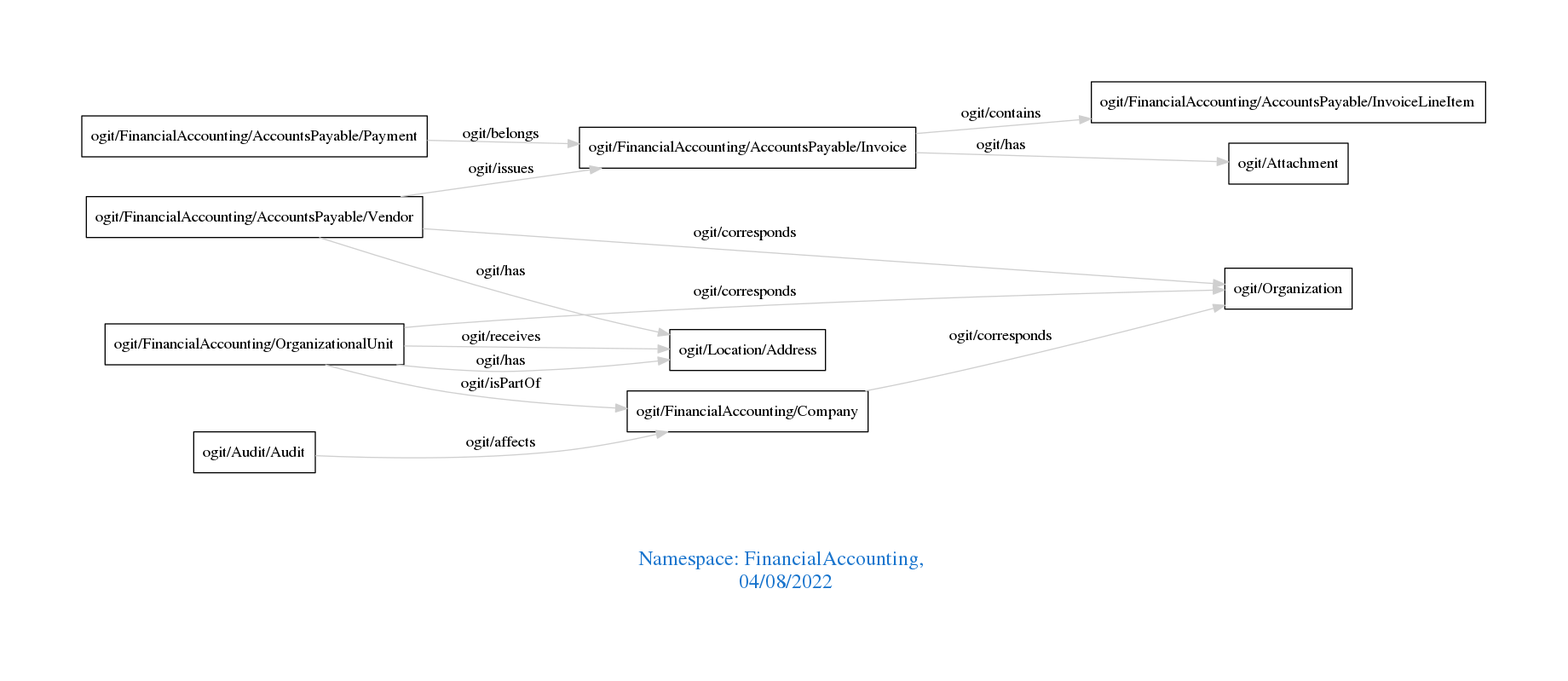
The Graphviz diagram downloads/FinancialAccounting.png in arago/OGIT, before a commit. Its source is kept beside it as downloads/FinancialAccounting.dot.
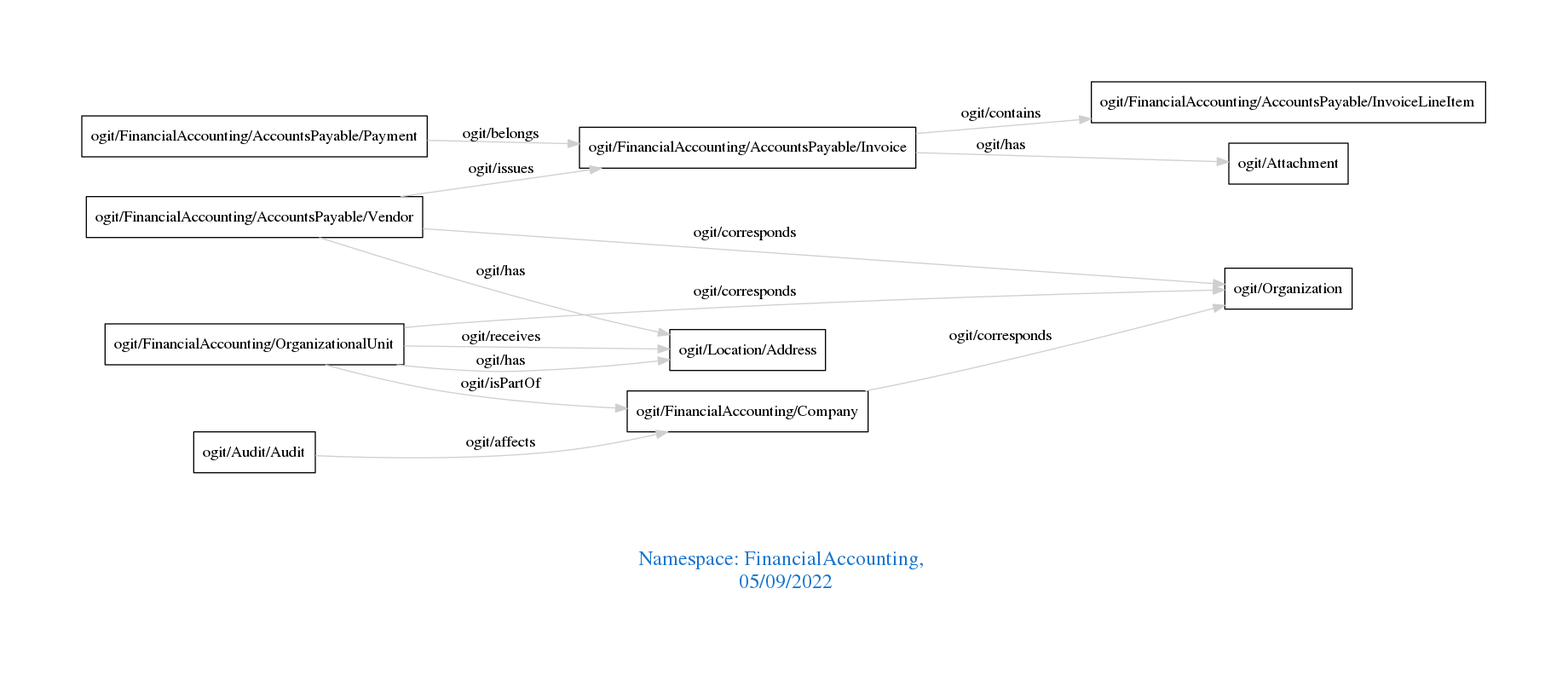
Later version of the same file.

Change to the diagram source:
```diff
@@ -1,7 +1,7 @@
 digraph OGIT_ontology {
  graph [ rankdir= LR,pad=1
 fontsize = 18,
-fontcolor= dodgerblue3,label = "\n\n\nNamespace: FinancialAccounting, \n 04/08/2022"];
+fontcolor= dodgerblue3,label = "\n\n\nNamespace: FinancialAccounting, \n 05/09/2022"];
 node[shape=polygon];
 edge [  color="gray81"];
 
```
